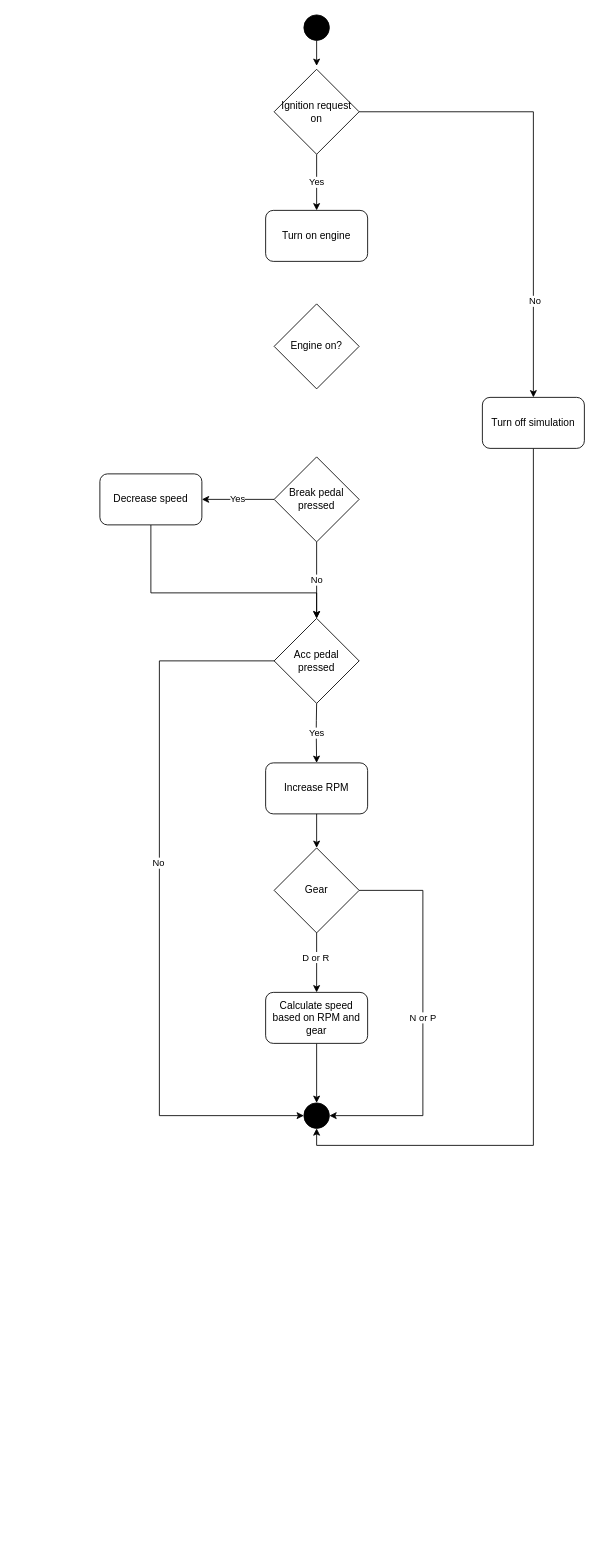
This is project/system_overview/mvp_definition.drawio from rickardljung/bootcamp_course, a draw.io file, before an edit. Source tidied: cells renumbered, new cells numbered last; positions are measured from the earlier drawing's top-left corner, leaving out a move shared by most shapes. Both pictures are drawn from the tidied source at 85%, with x=0, y=0 at pixel (99, 14).
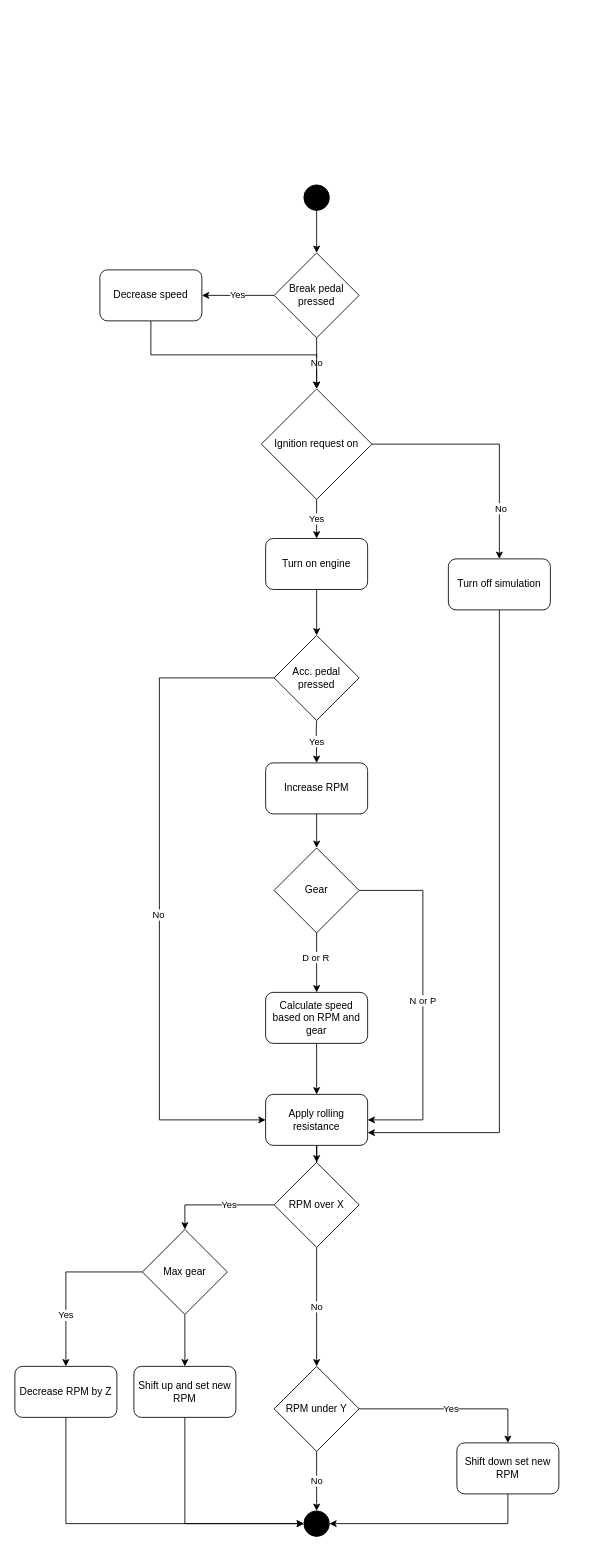
After the change.

The change refers to these unchanged cells:
```xml
<mxCell id="17" value="Gear" style="rhombus;whiteSpace=wrap;html=1;fillColor=#FFFFFF;" parent="1" vertex="1">
  <mxGeometry x="205" y="980" width="100" height="100" as="geometry" />
</mxCell>
<mxCell id="19" value="Calculate speed based on RPM and gear" style="rounded=1;whiteSpace=wrap;html=1;fillColor=#FFFFFF;" parent="1" vertex="1">
  <mxGeometry x="195" y="1150" width="120" height="60" as="geometry" />
</mxCell>
```

What changed in the source:
```diff
@@
+    <mxCell id="30" style="edgeStyle=orthogonalEdgeStyle;rounded=0;jettySize=auto;html=1;exitX=0.5;exitY=1;exitDx=0;exitDy=0;entryX=0.5;entryY=0;entryDx=0;entryDy=0;" parent="1" edge="1" source="2" target="11">
+      <mxGeometry relative="1" as="geometry" />
+    </mxCell>
     <mxCell id="2" style="ellipse;whiteSpace=wrap;html=1;fillColor=#000000;" parent="1" vertex="1">
-      <mxGeometry x="240" width="30" height="30" as="geometry" />
+      <mxGeometry x="240" y="200" width="30" height="30" as="geometry" />
     </mxCell>
@@
-    <mxCell id="4" style="edgeStyle=orthogonalEdgeStyle;rounded=0;jettySize=auto;html=1;exitX=1;exitY=0.5;exitDx=0;exitDy=0;entryX=0;entryY=0.5;entryDx=0;entryDy=0;" parent="1" edge="1" source="6" target="26">
+    <mxCell id="4" style="edgeStyle=orthogonalEdgeStyle;rounded=0;jettySize=auto;html=1;exitX=0;exitY=0.5;exitDx=0;exitDy=0;entryX=0;entryY=0.5;entryDx=0;entryDy=0;" parent="1" edge="1" source="6" target="35">
       <mxGeometry relative="1" as="geometry">
         <Array as="points">
-          <mxPoint x="70" y="760" />
-          <mxPoint x="70" y="1295" />
+          <mxPoint x="70" y="780" />
+          <mxPoint x="70" y="1300" />
         </Array>
       </mxGeometry>
     </mxCell>
@@
-    <mxCell id="6" value="Acc pedal pressed" style="rhombus;whiteSpace=wrap;html=1;fillColor=#FFFFFF;" parent="1" vertex="1">
-      <mxGeometry x="205" y="710" width="100" height="100" as="geometry" />
+    <mxCell id="6" value="Acc. pedal pressed" style="rhombus;whiteSpace=wrap;html=1;fillColor=#FFFFFF;" parent="1" vertex="1">
+      <mxGeometry x="205" y="730" width="100" height="100" as="geometry" />
     </mxCell>
-    <mxCell id="7" value="Yes" style="endArrow=classic;html=1;exitX=0.5;exitY=1;exitDx=0;exitDy=0;" parent="1" edge="1">
+    <mxCell id="7" value="Yes" style="endArrow=classic;html=1;" parent="1" edge="1">
       <mxGeometry relative="1" as="geometry">
-        <mxPoint x="255" y="810" as="sourcePoint" />
+        <mxPoint x="255" y="830" as="sourcePoint" />
         <mxPoint x="255" y="880" as="targetPoint" />
         <Array as="points">
           <mxPoint x="254.5" y="840" />
         </Array>
       </mxGeometry>
     </mxCell>
@@
-    <mxCell id="9" value="No" style="edgeStyle=orthogonalEdgeStyle;rounded=0;jettySize=auto;html=1;exitX=0.5;exitY=1;exitDx=0;exitDy=0;" parent="1" edge="1" source="11">
-      <mxGeometry relative="1" as="geometry">
-        <mxPoint x="255" y="710" as="targetPoint" />
-      </mxGeometry>
-    </mxCell>
@@
+    <mxCell id="31" value="No" style="edgeStyle=orthogonalEdgeStyle;rounded=0;jettySize=auto;html=1;exitX=0.5;exitY=1;exitDx=0;exitDy=0;" parent="1" edge="1" source="11" target="23">
+      <mxGeometry relative="1" as="geometry" />
+    </mxCell>
     <mxCell id="11" value="Break pedal pressed" style="rhombus;whiteSpace=wrap;html=1;fillColor=#FFFFFF;" parent="1" vertex="1">
-      <mxGeometry x="205" y="520" width="100" height="100" as="geometry" />
+      <mxGeometry x="205" y="280" width="100" height="100" as="geometry" />
     </mxCell>
-    <mxCell id="12" style="edgeStyle=orthogonalEdgeStyle;rounded=0;jettySize=auto;html=1;exitX=0.5;exitY=1;exitDx=0;exitDy=0;" parent="1" edge="1" source="13" target="6">
-      <mxGeometry relative="1" as="geometry">
-        <Array as="points">
-          <mxPoint x="60" y="680" />
-          <mxPoint x="255" y="680" />
-        </Array>
-      </mxGeometry>
-    </mxCell>
+    <mxCell id="32" style="edgeStyle=orthogonalEdgeStyle;rounded=0;jettySize=auto;html=1;exitX=0.5;exitY=1;exitDx=0;exitDy=0;entryX=0.5;entryY=0;entryDx=0;entryDy=0;" parent="1" edge="1" source="13" target="23">
+      <mxGeometry relative="1" as="geometry" />
+    </mxCell>
     <mxCell id="13" value="Decrease speed" style="rounded=1;whiteSpace=wrap;html=1;fillColor=#FFFFFF;" parent="1" vertex="1">
-      <mxGeometry y="540" width="120" height="60" as="geometry" />
+      <mxGeometry y="300" width="120" height="60" as="geometry" />
     </mxCell>
@@
-    <mxCell id="16" value="N or P" style="edgeStyle=orthogonalEdgeStyle;rounded=0;jettySize=auto;html=1;exitX=1;exitY=0.5;exitDx=0;exitDy=0;entryX=1;entryY=0.5;entryDx=0;entryDy=0;" parent="1" edge="1" source="17" target="26">
+    <mxCell id="16" value="N or P" style="edgeStyle=orthogonalEdgeStyle;rounded=0;jettySize=auto;html=1;exitX=1;exitY=0.5;exitDx=0;exitDy=0;entryX=1;entryY=0.5;entryDx=0;entryDy=0;" parent="1" edge="1" source="17" target="35">
       <mxGeometry relative="1" as="geometry">
         <Array as="points">
           <mxPoint x="380" y="1030" />
-          <mxPoint x="380" y="1295" />
+          <mxPoint x="380" y="1300" />
         </Array>
       </mxGeometry>
     </mxCell>
@@
-    <mxCell id="18" style="edgeStyle=orthogonalEdgeStyle;rounded=0;jettySize=auto;html=1;entryX=0.5;entryY=0;entryDx=0;entryDy=0;" parent="1" edge="1" source="19" target="26">
+    <mxCell id="18" style="edgeStyle=orthogonalEdgeStyle;rounded=0;jettySize=auto;html=1;entryX=0.5;entryY=0;entryDx=0;entryDy=0;" parent="1" edge="1" source="19" target="35">
       <mxGeometry relative="1" as="geometry" />
     </mxCell>
@@
     <mxCell id="23" value="Ignition request on" style="rhombus;whiteSpace=wrap;html=1;fillColor=#FFFFFF;" parent="1" vertex="1">
-      <mxGeometry x="205" y="64" width="100" height="100" as="geometry" />
+      <mxGeometry x="190" y="440" width="130" height="130" as="geometry" />
     </mxCell>
-    <mxCell id="24" style="endArrow=classic;html=1;exitX=0.5;exitY=1;exitDx=0;exitDy=0;" parent="1" edge="1" source="2">
-      <mxGeometry relative="1" as="geometry">
-        <mxPoint x="255" y="60" as="targetPoint" />
-      </mxGeometry>
-    </mxCell>
     <mxCell id="25" value="Turn on engine" style="rounded=1;whiteSpace=wrap;html=1;fillColor=#FFFFFF;" parent="1" vertex="1">
-      <mxGeometry x="195" y="230" width="120" height="60" as="geometry" />
+      <mxGeometry x="195" y="616" width="120" height="60" as="geometry" />
     </mxCell>
     <mxCell id="26" style="ellipse;whiteSpace=wrap;html=1;fillColor=#000000;" parent="1" vertex="1">
-      <mxGeometry x="240" y="1280" width="30" height="30" as="geometry" />
+      <mxGeometry x="240" y="1760" width="30" height="30" as="geometry" />
     </mxCell>
-    <mxCell id="27" value="Engine on?" style="rhombus;whiteSpace=wrap;html=1;fillColor=#FFFFFF;" parent="1" vertex="1">
-      <mxGeometry x="205" y="340" width="100" height="100" as="geometry" />
-    </mxCell>
+    <mxCell id="33" style="edgeStyle=orthogonalEdgeStyle;rounded=0;jettySize=auto;html=1;exitX=0.5;exitY=1;exitDx=0;exitDy=0;entryX=0.5;entryY=0;entryDx=0;entryDy=0;" parent="1" edge="1" source="25" target="6">
+      <mxGeometry relative="1" as="geometry" />
+    </mxCell>
-    <mxCell id="28" style="edgeStyle=orthogonalEdgeStyle;rounded=0;jettySize=auto;html=1;exitX=0.5;exitY=1;exitDx=0;exitDy=0;entryX=0.5;entryY=1;entryDx=0;entryDy=0;" parent="1" edge="1" source="29" target="26">
-      <mxGeometry relative="1" as="geometry" />
+    <mxCell id="28" style="edgeStyle=orthogonalEdgeStyle;rounded=0;jettySize=auto;html=1;exitX=0.5;exitY=1;exitDx=0;exitDy=0;entryX=1;entryY=0.75;entryDx=0;entryDy=0;" parent="1" edge="1" source="29" target="35">
+      <mxGeometry relative="1" as="geometry">
+        <Array as="points">
+          <mxPoint x="470" y="710" />
+          <mxPoint x="470" y="1315" />
+        </Array>
+      </mxGeometry>
     </mxCell>
     <mxCell id="29" value="Turn off simulation" style="rounded=1;whiteSpace=wrap;html=1;fillColor=#FFFFFF;" parent="1" vertex="1">
-      <mxGeometry x="450" y="450" width="120" height="60" as="geometry" />
+      <mxGeometry x="410" y="640" width="120" height="60" as="geometry" />
     </mxCell>
+    <mxCell id="34" style="edgeStyle=orthogonalEdgeStyle;rounded=0;jettySize=auto;html=1;entryX=0.5;entryY=0;entryDx=0;entryDy=0;" parent="1" edge="1" source="35" target="38">
+      <mxGeometry relative="1" as="geometry" />
+    </mxCell>
+    <mxCell id="35" value="Apply rolling resistance" style="rounded=1;whiteSpace=wrap;html=1;fillColor=#FFFFFF;" parent="1" vertex="1">
+      <mxGeometry x="195" y="1270" width="120" height="60" as="geometry" />
+    </mxCell>
+    <mxCell id="36" value="No" style="edgeStyle=orthogonalEdgeStyle;rounded=0;jettySize=auto;html=1;exitX=0.5;exitY=1;exitDx=0;exitDy=0;entryX=0.5;entryY=0;entryDx=0;entryDy=0;" parent="1" edge="1" source="38" target="43">
+      <mxGeometry relative="1" as="geometry" />
+    </mxCell>
+    <mxCell id="37" value="Yes" style="edgeStyle=orthogonalEdgeStyle;rounded=0;jettySize=auto;html=1;exitX=0;exitY=0.5;exitDx=0;exitDy=0;entryX=0.5;entryY=0;entryDx=0;entryDy=0;" parent="1" edge="1" source="38" target="48">
+      <mxGeometry x="-0.21" relative="1" as="geometry" />
+    </mxCell>
+    <mxCell id="38" value="RPM over X" style="rhombus;whiteSpace=wrap;html=1;fillColor=#FFFFFF;" parent="1" vertex="1">
+      <mxGeometry x="205" y="1350" width="100" height="100" as="geometry" />
+    </mxCell>
+    <mxCell id="39" style="edgeStyle=orthogonalEdgeStyle;rounded=0;jettySize=auto;html=1;entryX=0;entryY=0.5;entryDx=0;entryDy=0;" parent="1" edge="1" source="40" target="26">
+      <mxGeometry relative="1" as="geometry">
+        <Array as="points">
+          <mxPoint x="100" y="1775" />
+        </Array>
+      </mxGeometry>
+    </mxCell>
+    <mxCell id="40" value="Shift up and set new RPM" style="rounded=1;whiteSpace=wrap;html=1;fillColor=#FFFFFF;" parent="1" vertex="1">
+      <mxGeometry x="40" y="1590" width="120" height="60" as="geometry" />
+    </mxCell>
+    <mxCell id="41" value="No" style="edgeStyle=orthogonalEdgeStyle;rounded=0;jettySize=auto;html=1;exitX=0.5;exitY=1;exitDx=0;exitDy=0;" parent="1" edge="1" source="43" target="26">
+      <mxGeometry relative="1" as="geometry" />
+    </mxCell>
+    <mxCell id="42" value="Yes" style="edgeStyle=orthogonalEdgeStyle;rounded=0;jettySize=auto;html=1;entryX=0.5;entryY=0;entryDx=0;entryDy=0;" parent="1" edge="1" source="43" target="45">
+      <mxGeometry relative="1" as="geometry" />
+    </mxCell>
+    <mxCell id="43" value="RPM under Y" style="rhombus;whiteSpace=wrap;html=1;fillColor=#FFFFFF;" parent="1" vertex="1">
+      <mxGeometry x="205" y="1590" width="100" height="100" as="geometry" />
+    </mxCell>
+    <mxCell id="44" style="edgeStyle=orthogonalEdgeStyle;rounded=0;jettySize=auto;html=1;entryX=1;entryY=0.5;entryDx=0;entryDy=0;" parent="1" edge="1" source="45" target="26">
+      <mxGeometry relative="1" as="geometry">
+        <Array as="points">
+          <mxPoint x="480" y="1775" />
+        </Array>
+      </mxGeometry>
+    </mxCell>
+    <mxCell id="45" value="Shift down set new RPM" style="rounded=1;whiteSpace=wrap;html=1;fillColor=#FFFFFF;" parent="1" vertex="1">
+      <mxGeometry x="420" y="1680" width="120" height="60" as="geometry" />
+    </mxCell>
+    <mxCell id="46" value="Yes" style="edgeStyle=orthogonalEdgeStyle;rounded=0;jettySize=auto;html=1;exitX=0;exitY=0.5;exitDx=0;exitDy=0;entryX=0.5;entryY=0;entryDx=0;entryDy=0;" parent="1" edge="1" source="48" target="50">
+      <mxGeometry x="0.4" relative="1" as="geometry" />
+    </mxCell>
+    <mxCell id="47" style="edgeStyle=orthogonalEdgeStyle;rounded=0;jettySize=auto;html=1;exitX=0.5;exitY=1;exitDx=0;exitDy=0;entryX=0.5;entryY=0;entryDx=0;entryDy=0;" parent="1" edge="1" source="48" target="40">
+      <mxGeometry relative="1" as="geometry" />
+    </mxCell>
+    <mxCell id="48" value="Max gear" style="rhombus;whiteSpace=wrap;html=1;fillColor=#FFFFFF;" parent="1" vertex="1">
+      <mxGeometry x="50" y="1428.9" width="100" height="100" as="geometry" />
+    </mxCell>
+    <mxCell id="49" style="edgeStyle=orthogonalEdgeStyle;rounded=0;jettySize=auto;html=1;exitX=0.5;exitY=1;exitDx=0;exitDy=0;entryX=0;entryY=0.5;entryDx=0;entryDy=0;" parent="1" edge="1" source="50" target="26">
+      <mxGeometry relative="1" as="geometry" />
+    </mxCell>
+    <mxCell id="50" value="Decrease RPM by Z" style="rounded=1;whiteSpace=wrap;html=1;fillColor=#FFFFFF;" parent="1" vertex="1">
+      <mxGeometry x="-100" y="1590" width="120" height="60" as="geometry" />
+    </mxCell>
```
